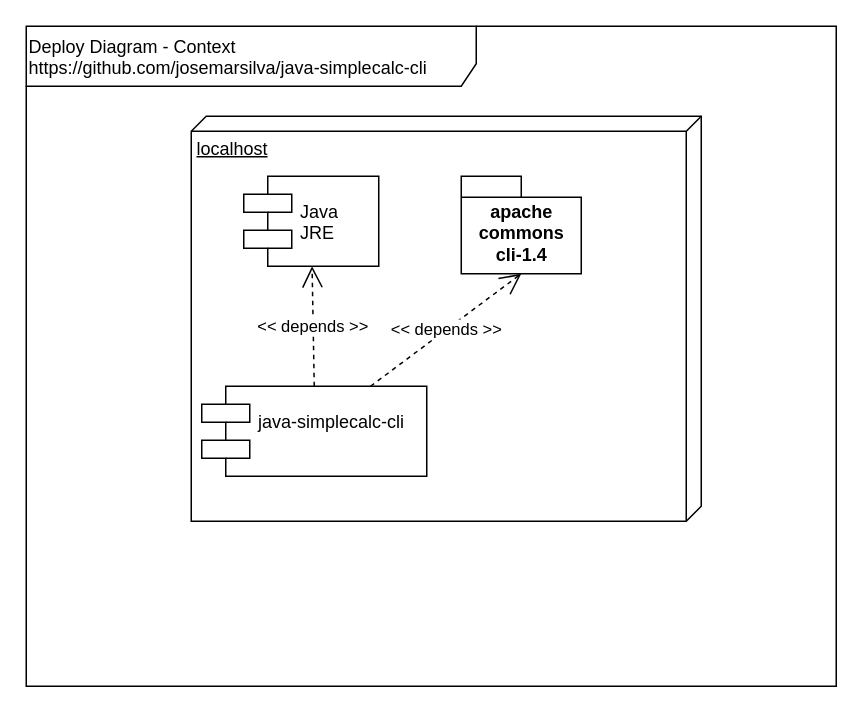
Before: doc/DeployDiagram-Context.drawio in josemarsilva/java-cli-simplecalc, a draw.io diagram. Source tidied: cells renumbered, new cells numbered last; positions are measured from the earlier drawing's top-left corner, leaving out a move shared by most shapes. Both pictures are drawn from the tidied source at 150%, with x=0, y=0 at pixel (26, 26).
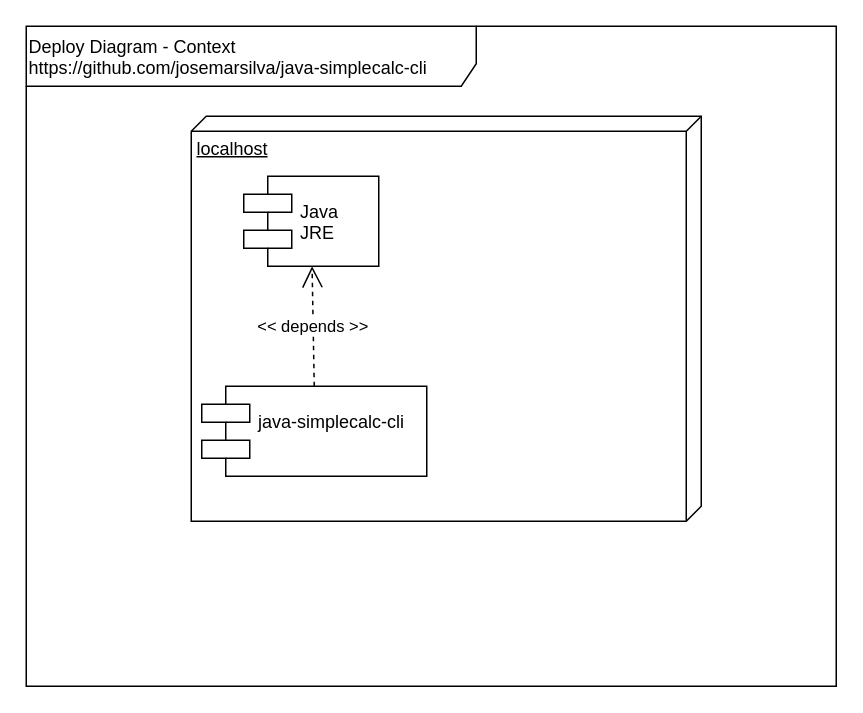
The same page after the edit.

Change to the diagram source:
```diff
@@
 <mxGraphModel>
   <root>
     <mxCell id="0" />
     <mxCell id="1" parent="0" />
     <mxCell id="2" value="Deploy Diagram - Context&lt;br&gt;https://github.com/josemarsilva/java-simplecalc-cli&lt;br&gt;" style="shape=umlFrame;whiteSpace=wrap;html=1;width=300;height=40;verticalAlign=top;align=left;" parent="1" vertex="1">
       <mxGeometry width="540" height="440" as="geometry" />
     </mxCell>
     <mxCell id="3" value="localhost" style="verticalAlign=top;align=left;spacingTop=8;spacingLeft=2;spacingRight=12;shape=cube;size=10;direction=south;fontStyle=4;html=1;" parent="1" vertex="1">
       <mxGeometry x="110" y="60" width="340" height="270" as="geometry" />
     </mxCell>
     <mxCell id="4" value="Java&#10;JRE" style="shape=component;align=left;spacingLeft=36;" parent="1" vertex="1">
       <mxGeometry x="145" y="100" width="90" height="60" as="geometry" />
     </mxCell>
     <mxCell id="5" value="java-simplecalc-cli&#10;" style="shape=component;align=left;spacingLeft=36;" parent="1" vertex="1">
       <mxGeometry x="117" y="240" width="150" height="60" as="geometry" />
     </mxCell>
     <mxCell id="6" value="&amp;lt;&amp;lt; depends &amp;gt;&amp;gt;" style="endArrow=open;endSize=12;dashed=1;html=1;exitX=0.5;exitY=0;exitDx=0;exitDy=0;" parent="1" edge="1" source="5" target="4">
       <mxGeometry relative="1" as="geometry" />
     </mxCell>
-    <mxCell id="7" value="apache&lt;br&gt;commons&lt;br&gt;cli-1.4&lt;br&gt;" style="shape=folder;fontStyle=1;spacingTop=10;tabWidth=40;tabHeight=14;tabPosition=left;html=1;" parent="1" vertex="1">
-      <mxGeometry x="290" y="100" width="80" height="65" as="geometry" />
-    </mxCell>
-    <mxCell id="8" value="&amp;lt;&amp;lt; depends &amp;gt;&amp;gt;" style="endArrow=open;endSize=12;dashed=1;html=1;exitX=0.75;exitY=0;exitDx=0;exitDy=0;entryX=0.5;entryY=1;entryDx=0;entryDy=0;entryPerimeter=0;" parent="1" edge="1" source="5" target="7">
-      <mxGeometry relative="1" as="geometry" />
-    </mxCell>
   </root>
 </mxGraphModel>
```
